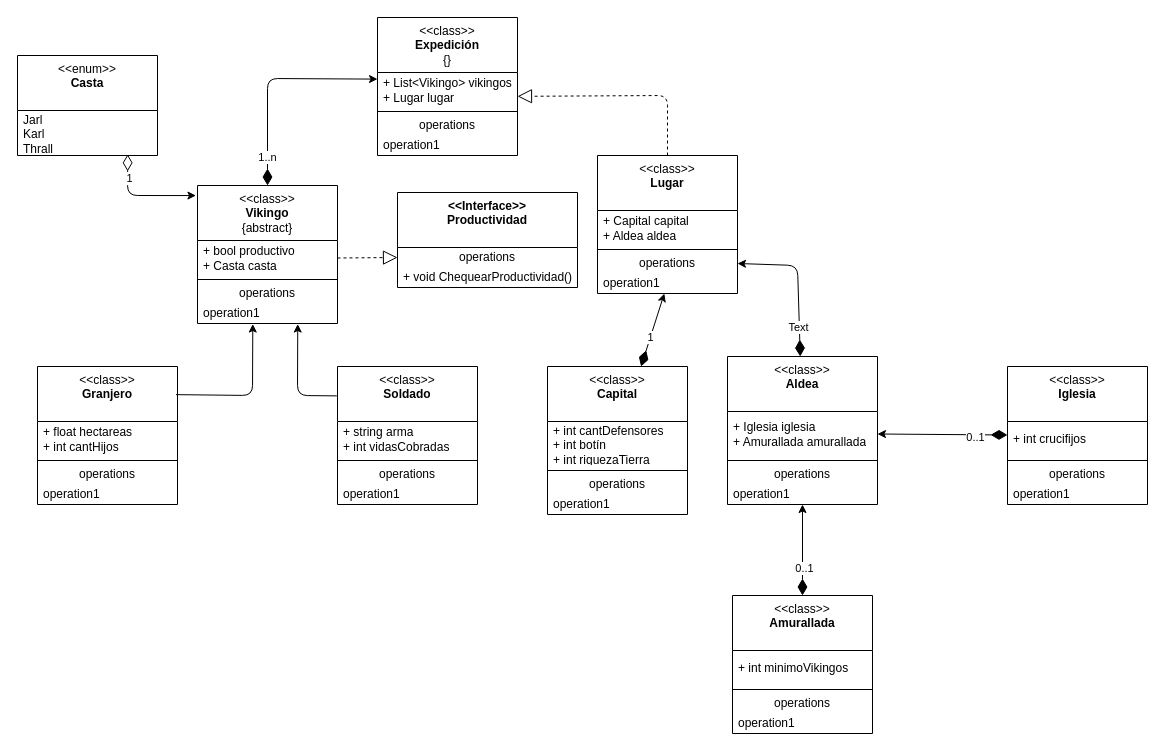
Earlier version of the draw.io diagram Vikingos/UML.drawio (PasandiLuka/TrabajosDuran). Source tidied: cells renumbered, new cells numbered last; positions are measured from the earlier drawing's top-left corner, leaving out a move shared by most shapes. Both pictures are drawn from the tidied source at 100%, with x=0, y=0 at pixel (17, 17).
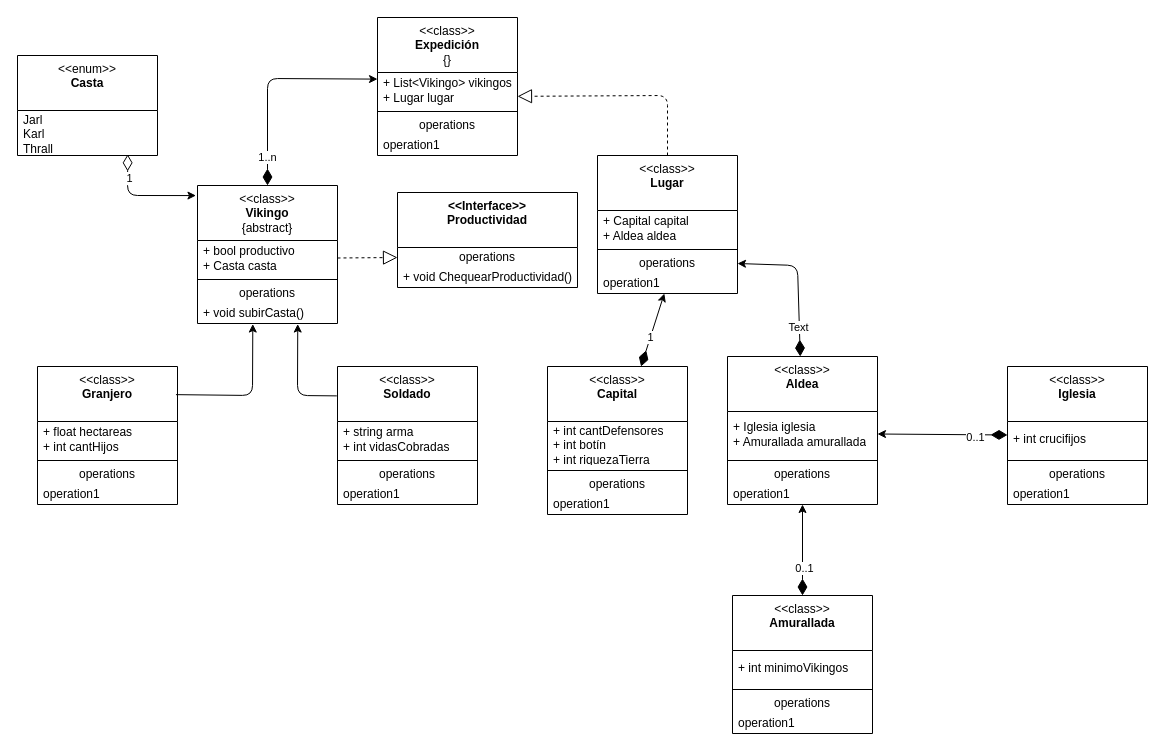
The same page after the edit.

Unchanged cells that the change refers to:
```xml
<mxCell id="3" value="&amp;lt;&amp;lt;class&amp;gt;&amp;gt;&lt;br&gt;&lt;b&gt;Vikingo&lt;/b&gt;&lt;br&gt;{abstract}" style="swimlane;fontStyle=0;align=center;verticalAlign=top;horizontal=1;startSize=55;html=1;whiteSpace=wrap;" parent="1" vertex="1">
  <mxGeometry x="180" y="168" width="140" height="138" as="geometry" />
</mxCell>
```

Diff of the diagram source:
```diff
@@
-    <mxCell id="7" value="operation1" style="text;html=1;strokeColor=none;fillColor=none;align=left;verticalAlign=middle;spacingLeft=4;spacingRight=4;overflow=hidden;points=[[0,0.5],[1,0.5]];portConstraint=eastwest;whiteSpace=wrap;" parent="3" vertex="1">
+    <mxCell id="7" value="+ void subirCasta()" style="text;html=1;strokeColor=none;fillColor=none;align=left;verticalAlign=middle;spacingLeft=4;spacingRight=4;overflow=hidden;points=[[0,0.5],[1,0.5]];portConstraint=eastwest;whiteSpace=wrap;" parent="3" vertex="1">
       <mxGeometry y="118" width="140" height="20" as="geometry" />
     </mxCell>
```
